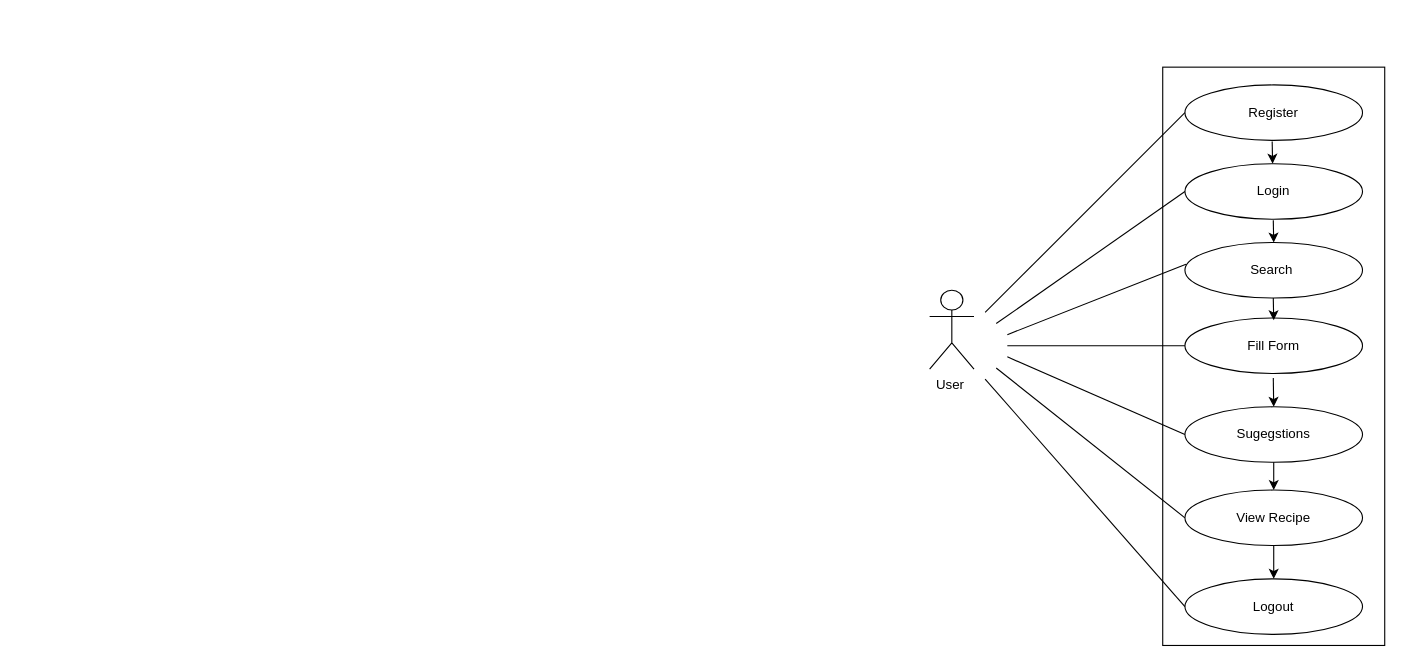
Above: Untitled Diagram.drawio in R0shina/RRS (draw.io), before the change. Source tidied: cells renumbered, new cells numbered last; positions are measured from the earlier drawing's top-left corner, leaving out a move shared by most shapes. Both pictures are drawn from the tidied source at 111%, with x=0, y=0 at pixel (929, 67).
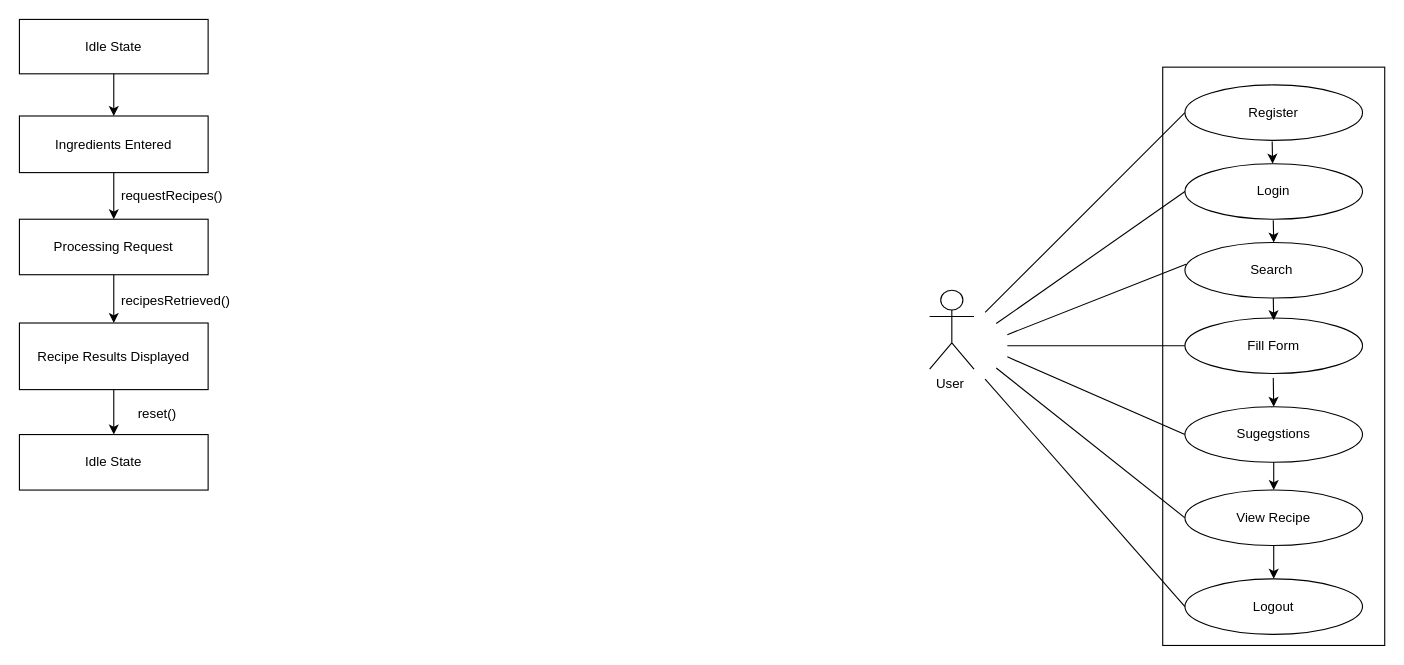
Above is the later version.

What changed in the source:
```diff
@@
+    <mxCell id="25" value="Recipe Results Displayed" style="rounded=0;whiteSpace=wrap;html=1;" parent="1" vertex="1">
+      <mxGeometry x="-820" y="230.5" width="170" height="60" as="geometry" />
+    </mxCell>
+    <mxCell id="26" value="Idle State" style="rounded=0;whiteSpace=wrap;html=1;" parent="1" vertex="1">
+      <mxGeometry x="-820" y="-43" width="170" height="49" as="geometry" />
+    </mxCell>
+    <mxCell id="27" value="Processing Request" style="rounded=0;whiteSpace=wrap;html=1;" parent="1" vertex="1">
+      <mxGeometry x="-820" y="137" width="170" height="50" as="geometry" />
+    </mxCell>
+    <mxCell id="28" value="Ingredients Entered" style="rounded=0;whiteSpace=wrap;html=1;" parent="1" vertex="1">
+      <mxGeometry x="-820" y="44" width="170" height="51" as="geometry" />
+    </mxCell>
+    <mxCell id="29" value="Idle State" style="rounded=0;whiteSpace=wrap;html=1;" parent="1" vertex="1">
+      <mxGeometry x="-820" y="331" width="170" height="50" as="geometry" />
+    </mxCell>
+    <mxCell id="30" value="&lt;span class=&quot;hljs-built_in&quot;&gt;requestRecipes&lt;/span&gt;()" style="text;whiteSpace=wrap;html=1;" parent="1" vertex="1">
+      <mxGeometry x="-730" y="102" width="100" height="20" as="geometry" />
+    </mxCell>
+    <mxCell id="31" style="endArrow=classic;html=1;rounded=0;entryX=0.5;entryY=0;entryDx=0;entryDy=0;exitX=0.5;exitY=1;exitDx=0;exitDy=0;" parent="1" edge="1" source="25" target="29">
+      <mxGeometry relative="1" as="geometry" />
+    </mxCell>
+    <mxCell id="32" style="endArrow=classic;html=1;rounded=0;exitX=0.5;exitY=1;exitDx=0;exitDy=0;entryX=0.5;entryY=0;entryDx=0;entryDy=0;" parent="1" edge="1" source="27" target="25">
+      <mxGeometry relative="1" as="geometry" />
+    </mxCell>
+    <mxCell id="33" style="endArrow=classic;html=1;rounded=0;exitX=0.5;exitY=1;exitDx=0;exitDy=0;entryX=0.5;entryY=0;entryDx=0;entryDy=0;" parent="1" edge="1" source="28" target="27">
+      <mxGeometry relative="1" as="geometry" />
+    </mxCell>
+    <mxCell id="34" style="endArrow=classic;html=1;rounded=0;entryX=0.5;entryY=0;entryDx=0;entryDy=0;exitX=0.5;exitY=1;exitDx=0;exitDy=0;" parent="1" edge="1" source="26">
+      <mxGeometry relative="1" as="geometry">
+        <mxPoint x="-735" y="44" as="targetPoint" />
+      </mxGeometry>
+    </mxCell>
+    <mxCell id="35" value="&lt;span class=&quot;hljs-built_in&quot;&gt;recipesRetrieved&lt;/span&gt;()" style="text;whiteSpace=wrap;html=1;" parent="1" vertex="1">
+      <mxGeometry x="-730" y="196.5" width="80" height="26.5" as="geometry" />
+    </mxCell>
+    <mxCell id="36" value="&lt;span class=&quot;hljs-built_in&quot;&gt;reset&lt;/span&gt;()" style="text;whiteSpace=wrap;html=1;" parent="1" vertex="1">
+      <mxGeometry x="-715" y="298.5" width="45" height="16.5" as="geometry" />
+    </mxCell>
```
